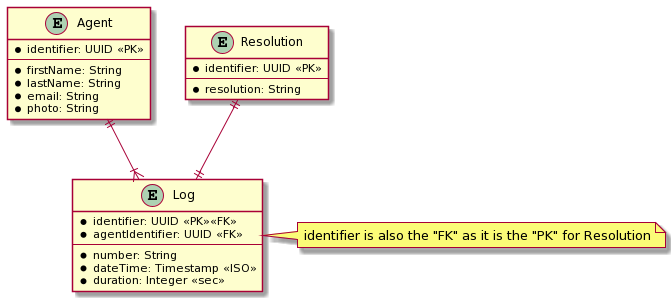
Above: entity_relationship_diagram.png in Legal-One/coding-challenge-frontend (PlantUML), before the change. The source it was exported from:
```plantuml
@startuml
entity Log{
    * identifier: UUID <<PK>><<FK>>
    * agentIdentifier: UUID <<FK>>
    --
    * number: String
    * dateTime: Timestamp <<ISO>>
    * duration: Integer <<sec>>
}
note right of Log: identifier is also the "FK" as it is the "PK" for Resolution

entity Agent{
    * identifier: UUID <<PK>>
    --
    * firstName: String
    * lastName: String
    * email: String
    * photo: String
}

entity Resolution{
    * identifier: UUID <<PK>>
    --
    * resolution: String
}

Agent ||--|{ Log
Resolution ||--|| Log
@enduml
```
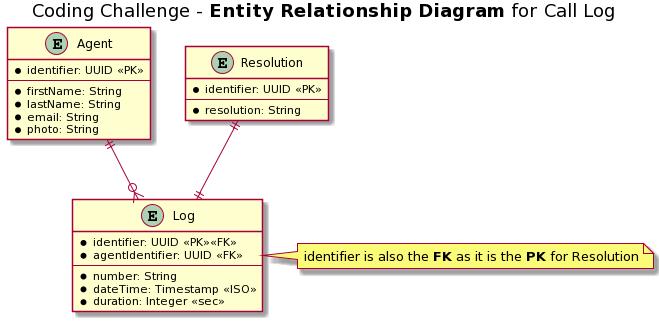
The same diagram one commit later.

Diff of the diagram source:
```diff
@@ -1,4 +1,6 @@
 @startuml
+title  Coding Challenge - <b>Entity Relationship Diagram</b> for Call Log
+
 entity Log{
     * identifier: UUID <<PK>><<FK>>
     * agentIdentifier: UUID <<FK>>
@@ -7,7 +9,7 @@
     * dateTime: Timestamp <<ISO>>
     * duration: Integer <<sec>>
 }
-note right of Log: identifier is also the "FK" as it is the "PK" for Resolution
+note right of Log: identifier is also the <b>FK</b> as it is the <b>PK</b> for Resolution
 
 entity Agent{
     * identifier: UUID <<PK>>
@@ -24,6 +26,6 @@
     * resolution: String
 }
 
-Agent ||--|{ Log
+Agent ||--o{ Log
 Resolution ||--|| Log
 @enduml
```
